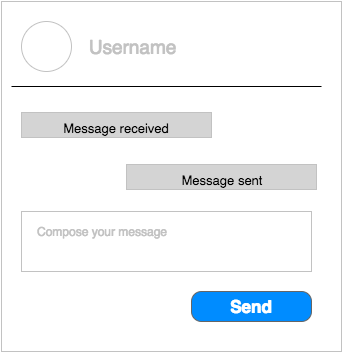
Earlier version of the draw.io export docs/wireframes/conversation.png (bgrogg/OkBoris). Source tidied: cells renumbered, new cells last; positions are measured from the earlier drawing's top-left corner, leaving out a move shared by most shapes.
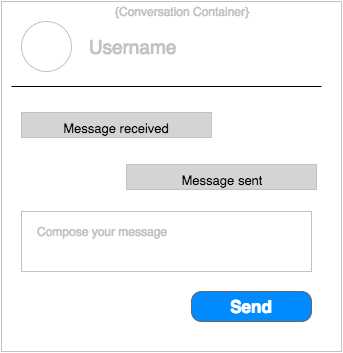
After the commit.

Diff of the diagram source:
```diff
@@ -29,5 +29,8 @@
     <mxCell id="10" value="Send" style="strokeWidth=1;shadow=0;dashed=0;align=center;html=1;shape=mxgraph.mockup.buttons.button;strokeColor=#666666;fontColor=#ffffff;mainText=;buttonStyle=round;fontSize=17;fontStyle=1;fillColor=#008cff;whiteSpace=wrap;labelBackgroundColor=none;" parent="1" vertex="1">
       <mxGeometry x="190" y="290" width="120" height="30" as="geometry" />
     </mxCell>
+    <mxCell id="11" value="{Conversation Container}" style="text;html=1;strokeColor=none;fillColor=none;align=center;verticalAlign=middle;whiteSpace=wrap;labelBackgroundColor=none;fontSize=12;fontColor=#C2C2C2;" parent="1" vertex="1">
+      <mxGeometry x="110" width="140" height="20" as="geometry" />
+    </mxCell>
   </root>
 </mxGraphModel>
```
